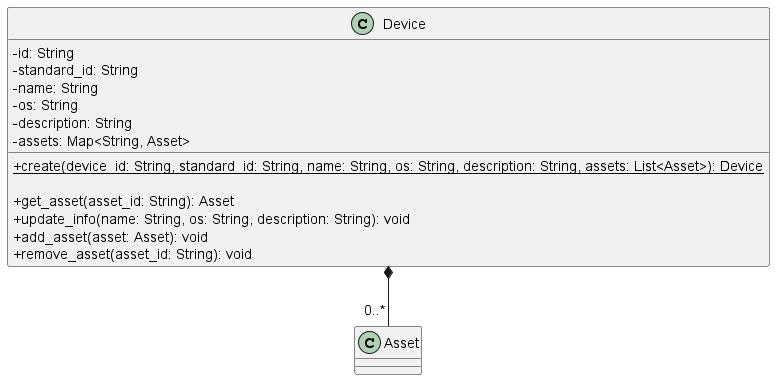
This is src/PB/DocumentazioneEsterna/Specifica_Tecnica/content/uml/png/CreateDevice/Device.png from GroupRubberDuck/Documentazione, a PlantUML export, as it was before one commit.
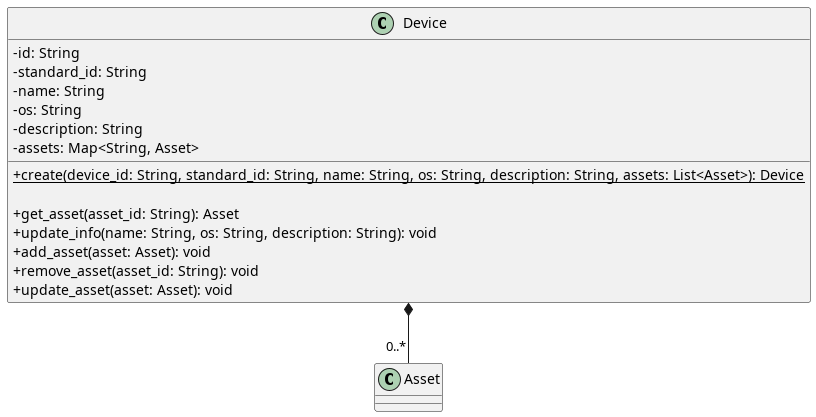
After the commit.

The edit, as a diff of the source:
```diff
@@ -16,6 +16,7 @@
     + update_info(name: String, os: String, description: String): void
     + add_asset(asset: Asset): void
     + remove_asset(asset_id: String): void
+    + update_asset(asset: Asset): void
 }
 
 Device *-- "0..*" Asset
```
